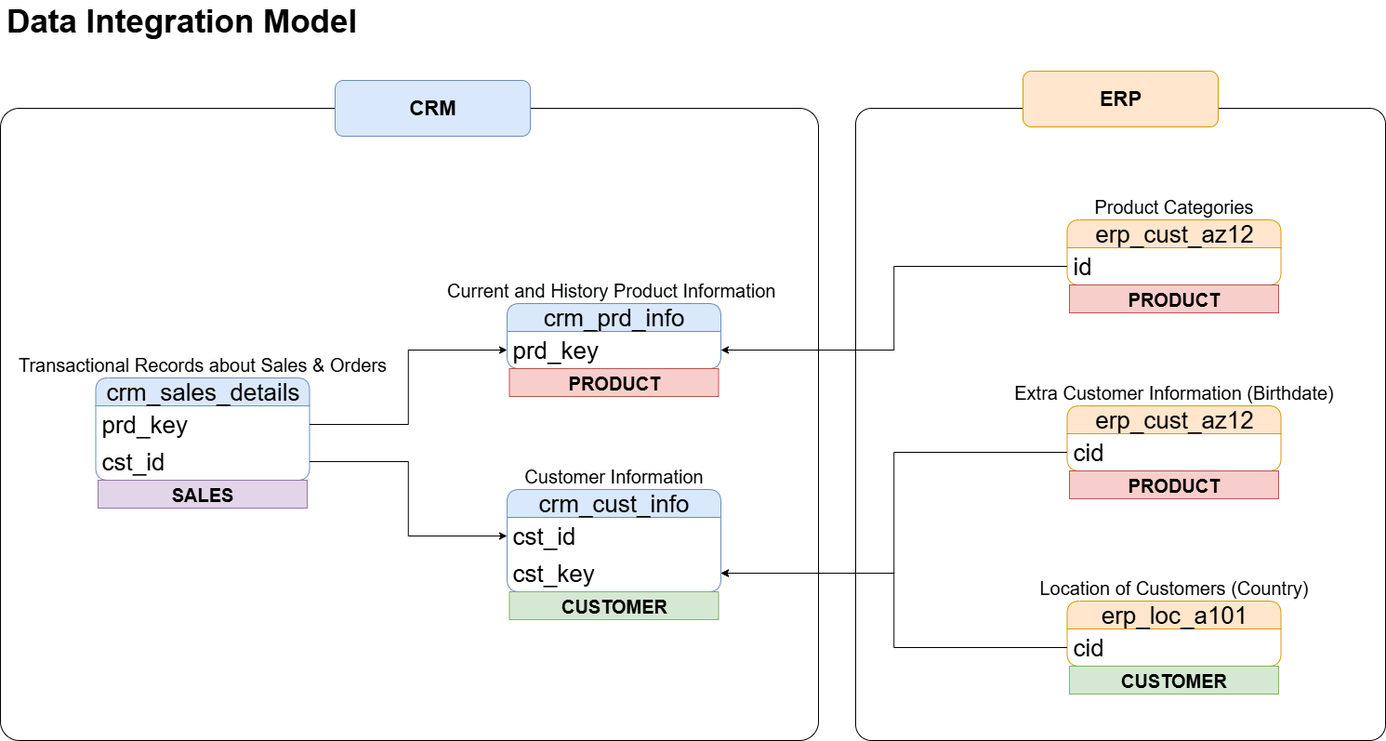
The draw.io diagram docs/Data Integration Model.png in BilalBoudjema/sql-data-warehoud-project, before a commit. Source tidied: cells renumbered, new cells last; positions are measured from the earlier drawing's top-left corner, leaving out a move shared by most shapes. The source it was exported from:
```xml
<mxGraphModel>
  <root>
    <mxCell id="0" />
    <mxCell id="1" parent="0" />
    <mxCell id="2" value="crm_cust_info" style="swimlane;fontStyle=0;horizontal=1;startSize=30;whiteSpace=wrap;html=1;rounded=1;fillColor=#dae8fc;strokeColor=#6c8ebf;fontSize=26;swimlaneLine=1;" parent="1" vertex="1">
      <mxGeometry x="545" y="520" width="230" height="110" as="geometry" />
    </mxCell>
    <mxCell id="3" value="cst_id" style="text;strokeColor=none;fillColor=none;align=left;verticalAlign=middle;spacingLeft=4;spacingRight=4;overflow=hidden;points=[[0,0.5],[1,0.5]];portConstraint=eastwest;whiteSpace=wrap;html=1;fontSize=26;" parent="2" vertex="1">
      <mxGeometry y="30" width="230" height="40" as="geometry" />
    </mxCell>
    <mxCell id="4" value="cst_key" style="text;strokeColor=none;fillColor=none;align=left;verticalAlign=middle;spacingLeft=4;spacingRight=4;overflow=hidden;points=[[0,0.5],[1,0.5]];portConstraint=eastwest;whiteSpace=wrap;html=1;fontSize=26;" parent="2" vertex="1">
      <mxGeometry y="70" width="230" height="40" as="geometry" />
    </mxCell>
    <mxCell id="5" value="&lt;font style=&quot;font-size: 20px;&quot;&gt;Customer Information&lt;/font&gt;" style="text;html=1;align=center;verticalAlign=middle;whiteSpace=wrap;rounded=0;" parent="1" vertex="1">
      <mxGeometry x="550" y="490" width="220" height="30" as="geometry" />
    </mxCell>
    <mxCell id="6" value="crm_prd_info" style="swimlane;fontStyle=0;horizontal=1;startSize=30;whiteSpace=wrap;html=1;rounded=1;fillColor=#dae8fc;strokeColor=#6c8ebf;fontSize=26;swimlaneLine=1;" parent="1" vertex="1">
      <mxGeometry x="545" y="320" width="230" height="70" as="geometry" />
    </mxCell>
    <mxCell id="7" value="prd_key" style="text;strokeColor=none;fillColor=none;align=left;verticalAlign=middle;spacingLeft=4;spacingRight=4;overflow=hidden;points=[[0,0.5],[1,0.5]];portConstraint=eastwest;whiteSpace=wrap;html=1;fontSize=26;" parent="6" vertex="1">
      <mxGeometry y="30" width="230" height="40" as="geometry" />
    </mxCell>
    <mxCell id="8" value="&lt;font style=&quot;font-size: 20px;&quot;&gt;Current and History Product Information&amp;nbsp;&lt;/font&gt;" style="text;html=1;align=center;verticalAlign=middle;whiteSpace=wrap;rounded=0;" parent="1" vertex="1">
      <mxGeometry x="475" y="290" width="370" height="30" as="geometry" />
    </mxCell>
    <mxCell id="9" value="crm_sales_details" style="swimlane;fontStyle=0;horizontal=1;startSize=30;whiteSpace=wrap;html=1;rounded=1;fillColor=#dae8fc;strokeColor=#6c8ebf;fontSize=26;swimlaneLine=1;" parent="1" vertex="1">
      <mxGeometry x="102.5" y="400" width="230" height="110" as="geometry" />
    </mxCell>
    <mxCell id="10" value="prd_key" style="text;strokeColor=none;fillColor=none;align=left;verticalAlign=middle;spacingLeft=4;spacingRight=4;overflow=hidden;points=[[0,0.5],[1,0.5]];portConstraint=eastwest;whiteSpace=wrap;html=1;fontSize=26;" parent="9" vertex="1">
      <mxGeometry y="30" width="230" height="40" as="geometry" />
    </mxCell>
    <mxCell id="11" value="&lt;div&gt;cst_id&lt;/div&gt;" style="text;strokeColor=none;fillColor=none;align=left;verticalAlign=middle;spacingLeft=4;spacingRight=4;overflow=hidden;points=[[0,0.5],[1,0.5]];portConstraint=eastwest;whiteSpace=wrap;html=1;fontSize=26;" parent="9" vertex="1">
      <mxGeometry y="70" width="230" height="40" as="geometry" />
    </mxCell>
    <mxCell id="12" value="&lt;font style=&quot;font-size: 20px;&quot;&gt;Transactional Records about Sales &amp;amp; Orders&lt;/font&gt;" style="text;html=1;align=center;verticalAlign=middle;whiteSpace=wrap;rounded=0;" parent="1" vertex="1">
      <mxGeometry x="10" y="370" width="415" height="30" as="geometry" />
    </mxCell>
    <mxCell id="13" value="erp_cust_az12" style="swimlane;fontStyle=0;horizontal=1;startSize=30;whiteSpace=wrap;html=1;rounded=1;fillColor=#ffe6cc;strokeColor=#d79b00;fontSize=26;swimlaneLine=1;" parent="1" vertex="1">
      <mxGeometry x="1147.5" y="430" width="230" height="70" as="geometry" />
    </mxCell>
    <mxCell id="14" value="cid" style="text;strokeColor=none;fillColor=none;align=left;verticalAlign=middle;spacingLeft=4;spacingRight=4;overflow=hidden;points=[[0,0.5],[1,0.5]];portConstraint=eastwest;whiteSpace=wrap;html=1;fontSize=26;" parent="13" vertex="1">
      <mxGeometry y="30" width="230" height="40" as="geometry" />
    </mxCell>
    <mxCell id="15" value="&lt;font style=&quot;font-size: 20px;&quot;&gt;Extra Customer Information (Birthdate)&lt;/font&gt;" style="text;html=1;align=center;verticalAlign=middle;whiteSpace=wrap;rounded=0;" parent="1" vertex="1">
      <mxGeometry x="1080" y="400" width="365" height="30" as="geometry" />
    </mxCell>
    <mxCell id="16" style="edgeStyle=orthogonalEdgeStyle;rounded=0;jettySize=auto;html=1;entryX=0;entryY=0.5;entryDx=0;entryDy=0;" parent="1" edge="1" source="10" target="7">
      <mxGeometry relative="1" as="geometry" />
    </mxCell>
    <mxCell id="17" style="edgeStyle=orthogonalEdgeStyle;rounded=0;jettySize=auto;html=1;entryX=0;entryY=0.5;entryDx=0;entryDy=0;" parent="1" edge="1" source="11" target="3">
      <mxGeometry relative="1" as="geometry" />
    </mxCell>
    <mxCell id="18" style="edgeStyle=orthogonalEdgeStyle;rounded=0;jettySize=auto;html=1;entryX=1;entryY=0.5;entryDx=0;entryDy=0;" parent="1" edge="1" source="14" target="4">
      <mxGeometry relative="1" as="geometry" />
    </mxCell>
    <mxCell id="19" value="erp_loc_a101" style="swimlane;fontStyle=0;horizontal=1;startSize=30;whiteSpace=wrap;html=1;rounded=1;fillColor=#ffe6cc;strokeColor=#d79b00;fontSize=26;swimlaneLine=1;" parent="1" vertex="1">
      <mxGeometry x="1147.5" y="640" width="230" height="70" as="geometry" />
    </mxCell>
    <mxCell id="20" value="cid" style="text;strokeColor=none;fillColor=none;align=left;verticalAlign=middle;spacingLeft=4;spacingRight=4;overflow=hidden;points=[[0,0.5],[1,0.5]];portConstraint=eastwest;whiteSpace=wrap;html=1;fontSize=26;" parent="19" vertex="1">
      <mxGeometry y="30" width="230" height="40" as="geometry" />
    </mxCell>
    <mxCell id="21" value="&lt;font style=&quot;font-size: 20px;&quot;&gt;Location of Customers (Country)&lt;/font&gt;" style="text;html=1;align=center;verticalAlign=middle;whiteSpace=wrap;rounded=0;" parent="1" vertex="1">
      <mxGeometry x="1080" y="610" width="365" height="30" as="geometry" />
    </mxCell>
    <mxCell id="22" style="edgeStyle=orthogonalEdgeStyle;rounded=0;jettySize=auto;html=1;entryX=1;entryY=0.5;entryDx=0;entryDy=0;" parent="1" edge="1" source="20" target="4">
      <mxGeometry relative="1" as="geometry" />
    </mxCell>
    <mxCell id="23" value="erp_cust_az12" style="swimlane;fontStyle=0;horizontal=1;startSize=30;whiteSpace=wrap;html=1;rounded=1;fillColor=#ffe6cc;strokeColor=#d79b00;fontSize=26;swimlaneLine=1;" parent="1" vertex="1">
      <mxGeometry x="1147.5" y="230" width="230" height="70" as="geometry" />
    </mxCell>
    <mxCell id="24" value="id" style="text;strokeColor=none;fillColor=none;align=left;verticalAlign=middle;spacingLeft=4;spacingRight=4;overflow=hidden;points=[[0,0.5],[1,0.5]];portConstraint=eastwest;whiteSpace=wrap;html=1;fontSize=26;" parent="23" vertex="1">
      <mxGeometry y="30" width="230" height="40" as="geometry" />
    </mxCell>
    <mxCell id="25" value="&lt;font style=&quot;font-size: 20px;&quot;&gt;Product Categories&lt;/font&gt;" style="text;html=1;align=center;verticalAlign=middle;whiteSpace=wrap;rounded=0;" parent="1" vertex="1">
      <mxGeometry x="1080" y="200" width="365" height="30" as="geometry" />
    </mxCell>
    <mxCell id="26" style="edgeStyle=orthogonalEdgeStyle;rounded=0;jettySize=auto;html=1;entryX=1;entryY=0.5;entryDx=0;entryDy=0;" parent="1" edge="1" source="24" target="7">
      <mxGeometry relative="1" as="geometry" />
    </mxCell>
    <mxCell id="27" style="rounded=1;whiteSpace=wrap;html=1;fillColor=none;arcSize=3;" parent="1" vertex="1">
      <mxGeometry y="110" width="880" height="680" as="geometry" />
    </mxCell>
    <mxCell id="28" style="rounded=1;whiteSpace=wrap;html=1;fillColor=none;arcSize=3;" parent="1" vertex="1">
      <mxGeometry x="920" y="110" width="570" height="680" as="geometry" />
    </mxCell>
    <mxCell id="29" value="&lt;b&gt;&lt;font style=&quot;font-size: 22px;&quot;&gt;CRM&lt;/font&gt;&lt;/b&gt;" style="rounded=1;whiteSpace=wrap;html=1;fillColor=#dae8fc;strokeColor=#6c8ebf;" parent="1" vertex="1">
      <mxGeometry x="360" y="80" width="210" height="60" as="geometry" />
    </mxCell>
    <mxCell id="30" value="&lt;b&gt;&lt;font style=&quot;font-size: 22px;&quot;&gt;ERP&lt;/font&gt;&lt;/b&gt;" style="rounded=1;whiteSpace=wrap;html=1;fillColor=#ffe6cc;strokeColor=#d79b00;" parent="1" vertex="1">
      <mxGeometry x="1100" y="70" width="210" height="60" as="geometry" />
    </mxCell>
    <mxCell id="31" value="&lt;font style=&quot;font-size: 35px;&quot;&gt;&lt;b&gt;Data Integration Model&lt;/b&gt;&lt;/font&gt;" style="text;html=1;align=center;verticalAlign=middle;whiteSpace=wrap;rounded=0;fillColor=default;" parent="1" vertex="1">
      <mxGeometry width="390" height="30" as="geometry" />
    </mxCell>
    <mxCell id="32" value="&lt;span style=&quot;font-size: 20px;&quot;&gt;&lt;b&gt;PRODUCT&lt;/b&gt;&lt;/span&gt;" style="text;html=1;strokeColor=#b85450;fillColor=#f8cecc;align=center;verticalAlign=middle;whiteSpace=wrap;overflow=hidden;" parent="1" vertex="1">
      <mxGeometry x="547.5" y="390" width="225" height="30" as="geometry" />
    </mxCell>
    <mxCell id="33" value="&lt;span style=&quot;font-size: 20px;&quot;&gt;&lt;b&gt;PRODUCT&lt;/b&gt;&lt;/span&gt;" style="text;html=1;strokeColor=#b85450;fillColor=#f8cecc;align=center;verticalAlign=middle;whiteSpace=wrap;overflow=hidden;" parent="1" vertex="1">
      <mxGeometry x="1150" y="300" width="225" height="30" as="geometry" />
    </mxCell>
    <mxCell id="34" value="&lt;span style=&quot;font-size: 20px;&quot;&gt;&lt;b&gt;PRODUCT&lt;/b&gt;&lt;/span&gt;" style="text;html=1;strokeColor=#b85450;fillColor=#f8cecc;align=center;verticalAlign=middle;whiteSpace=wrap;overflow=hidden;" parent="1" vertex="1">
      <mxGeometry x="1150" y="500" width="225" height="30" as="geometry" />
    </mxCell>
    <mxCell id="35" value="&lt;span style=&quot;font-size: 20px;&quot;&gt;&lt;b&gt;CUSTOMER&lt;/b&gt;&lt;/span&gt;" style="text;html=1;strokeColor=#82b366;fillColor=#d5e8d4;align=center;verticalAlign=middle;whiteSpace=wrap;overflow=hidden;" parent="1" vertex="1">
      <mxGeometry x="1150" y="710" width="225" height="30" as="geometry" />
    </mxCell>
    <mxCell id="36" value="&lt;span style=&quot;font-size: 20px;&quot;&gt;&lt;b&gt;CUSTOMER&lt;/b&gt;&lt;/span&gt;" style="text;html=1;strokeColor=#82b366;fillColor=#d5e8d4;align=center;verticalAlign=middle;whiteSpace=wrap;overflow=hidden;" parent="1" vertex="1">
      <mxGeometry x="547.5" y="630" width="225" height="30" as="geometry" />
    </mxCell>
    <mxCell id="37" value="&lt;span style=&quot;font-size: 20px;&quot;&gt;&lt;b&gt;SALES&lt;/b&gt;&lt;/span&gt;" style="text;html=1;strokeColor=#9673a6;fillColor=#e1d5e7;align=center;verticalAlign=middle;whiteSpace=wrap;overflow=hidden;" parent="1" vertex="1">
      <mxGeometry x="105" y="510" width="225" height="30" as="geometry" />
    </mxCell>
  </root>
</mxGraphModel>
```
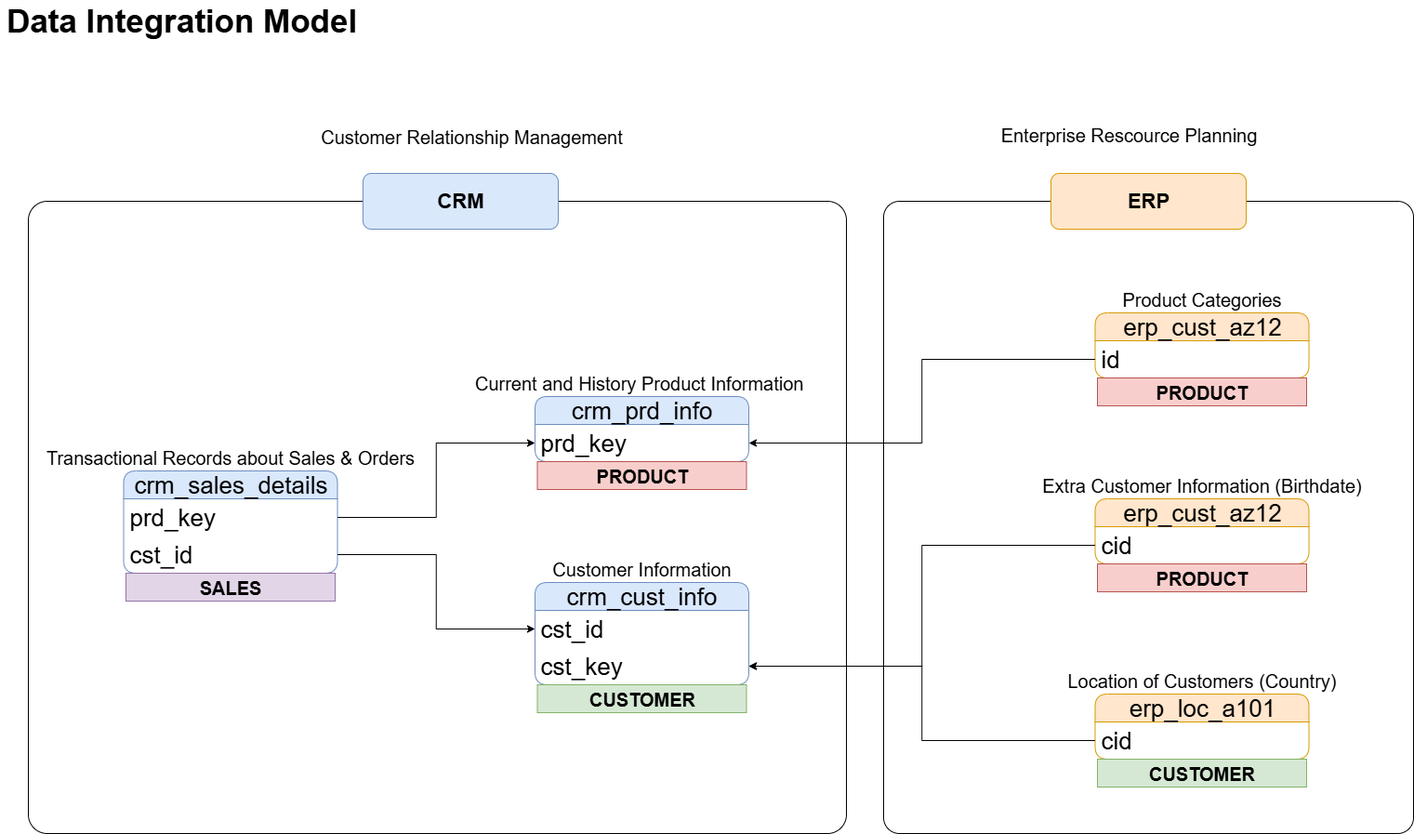
Later version of the same file.

The edit, as a diff of the source:
```diff
@@ -87,10 +87,10 @@
       <mxGeometry x="360" y="80" width="210" height="60" as="geometry" />
     </mxCell>
     <mxCell id="30" value="&lt;b&gt;&lt;font style=&quot;font-size: 22px;&quot;&gt;ERP&lt;/font&gt;&lt;/b&gt;" style="rounded=1;whiteSpace=wrap;html=1;fillColor=#ffe6cc;strokeColor=#d79b00;" parent="1" vertex="1">
-      <mxGeometry x="1100" y="70" width="210" height="60" as="geometry" />
+      <mxGeometry x="1100" y="80" width="210" height="60" as="geometry" />
     </mxCell>
     <mxCell id="31" value="&lt;font style=&quot;font-size: 35px;&quot;&gt;&lt;b&gt;Data Integration Model&lt;/b&gt;&lt;/font&gt;" style="text;html=1;align=center;verticalAlign=middle;whiteSpace=wrap;rounded=0;fillColor=default;" parent="1" vertex="1">
-      <mxGeometry width="390" height="30" as="geometry" />
+      <mxGeometry x="-30" y="-100" width="390" height="30" as="geometry" />
     </mxCell>
     <mxCell id="32" value="&lt;span style=&quot;font-size: 20px;&quot;&gt;&lt;b&gt;PRODUCT&lt;/b&gt;&lt;/span&gt;" style="text;html=1;strokeColor=#b85450;fillColor=#f8cecc;align=center;verticalAlign=middle;whiteSpace=wrap;overflow=hidden;" parent="1" vertex="1">
       <mxGeometry x="547.5" y="390" width="225" height="30" as="geometry" />
@@ -110,5 +110,11 @@
     <mxCell id="37" value="&lt;span style=&quot;font-size: 20px;&quot;&gt;&lt;b&gt;SALES&lt;/b&gt;&lt;/span&gt;" style="text;html=1;strokeColor=#9673a6;fillColor=#e1d5e7;align=center;verticalAlign=middle;whiteSpace=wrap;overflow=hidden;" parent="1" vertex="1">
       <mxGeometry x="105" y="510" width="225" height="30" as="geometry" />
     </mxCell>
+    <mxCell id="38" value="&lt;font style=&quot;font-size: 20px;&quot;&gt;Customer Relationship Management&lt;/font&gt;" style="text;html=1;align=center;verticalAlign=middle;whiteSpace=wrap;rounded=0;" parent="1" vertex="1">
+      <mxGeometry x="272.5" y="25" width="407.5" height="30" as="geometry" />
+    </mxCell>
+    <mxCell id="39" value="&lt;font style=&quot;font-size: 20px;&quot;&gt;Enterprise Rescource Planning&lt;/font&gt;" style="text;html=1;align=center;verticalAlign=middle;whiteSpace=wrap;rounded=0;" parent="1" vertex="1">
+      <mxGeometry x="980" y="23" width="407.5" height="30" as="geometry" />
+    </mxCell>
   </root>
 </mxGraphModel>
```
